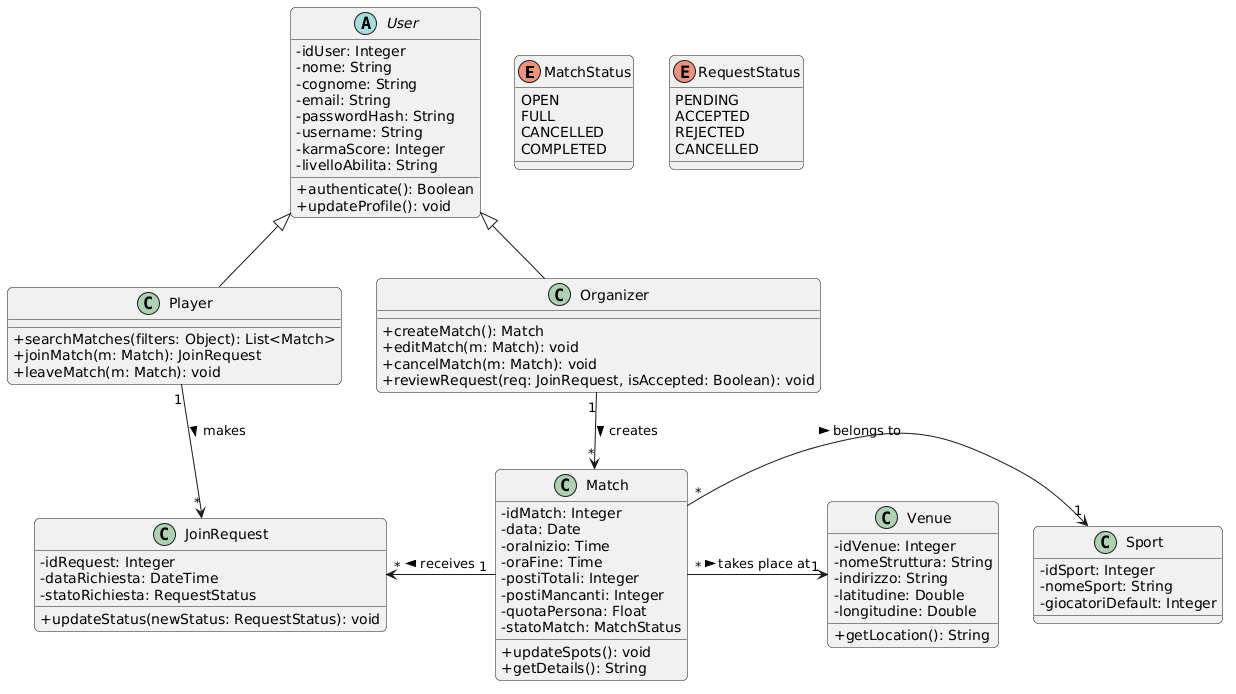
MarianiFabio/sport-matchmaker-flutter keeps this PlantUML diagram as UML/UML Images/Class.png. Above is the earlier version.
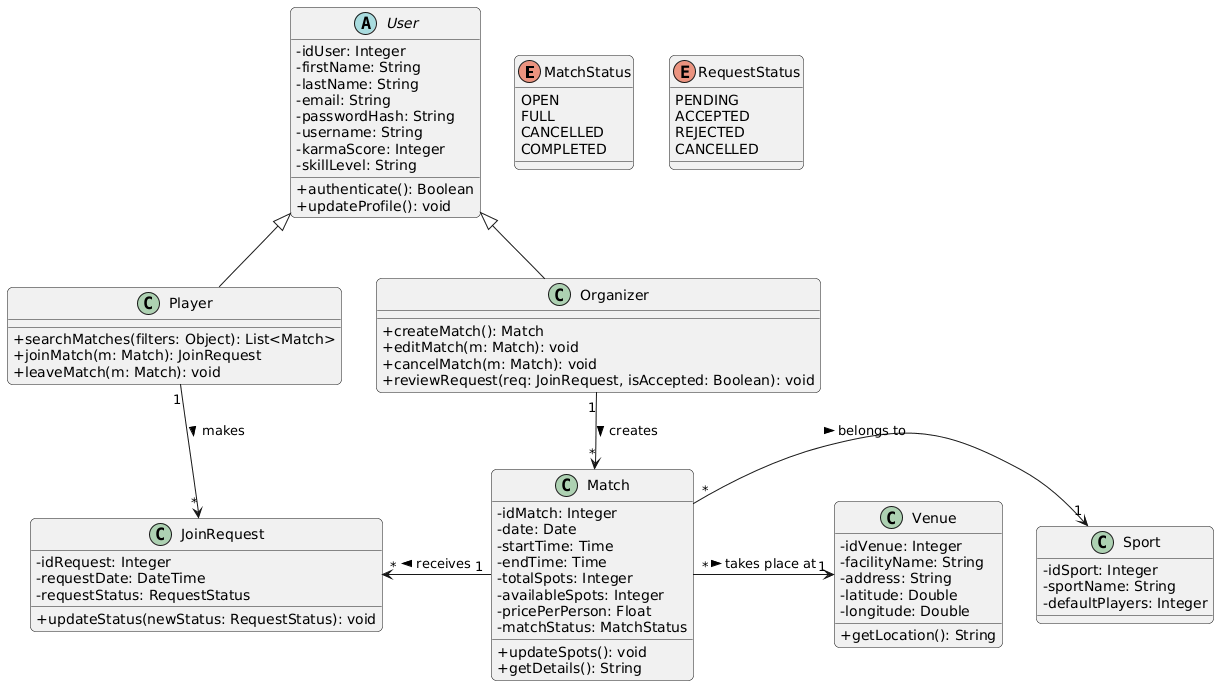
Later version of the same file.

Diff of the diagram source:
```diff
@@ -18,13 +18,13 @@
 
 abstract class User {
   - idUser: Integer
-  - nome: String
-  - cognome: String
+  - firstName: String
+  - lastName: String
   - email: String
   - passwordHash: String
   - username: String
   - karmaScore: Integer
-  - livelloAbilita: String
+  - skillLevel: String
   + authenticate(): Boolean
   + updateProfile(): void
 }
@@ -47,36 +47,36 @@
 
 class Match {
   - idMatch: Integer
-  - data: Date
-  - oraInizio: Time
-  - oraFine: Time
-  - postiTotali: Integer
-  - postiMancanti: Integer
-  - quotaPersona: Float
-  - statoMatch: MatchStatus
+  - date: Date
+  - startTime: Time
+  - endTime: Time
+  - totalSpots: Integer
+  - availableSpots: Integer
+  - pricePerPerson: Float
+  - matchStatus: MatchStatus
   + updateSpots(): void
   + getDetails(): String
 }
 
 class Sport {
   - idSport: Integer
-  - nomeSport: String
-  - giocatoriDefault: Integer
+  - sportName: String
+  - defaultPlayers: Integer
 }
 
 class Venue {
   - idVenue: Integer
-  - nomeStruttura: String
-  - indirizzo: String
-  - latitudine: Double
-  - longitudine: Double
+  - facilityName: String
+  - address: String
+  - latitude: Double
+  - longitude: Double
   + getLocation(): String
 }
 
 class JoinRequest {
   - idRequest: Integer
-  - dataRichiesta: DateTime
-  - statoRichiesta: RequestStatus
+  - requestDate: DateTime
+  - requestStatus: RequestStatus
   + updateStatus(newStatus: RequestStatus): void
 }
 
```
